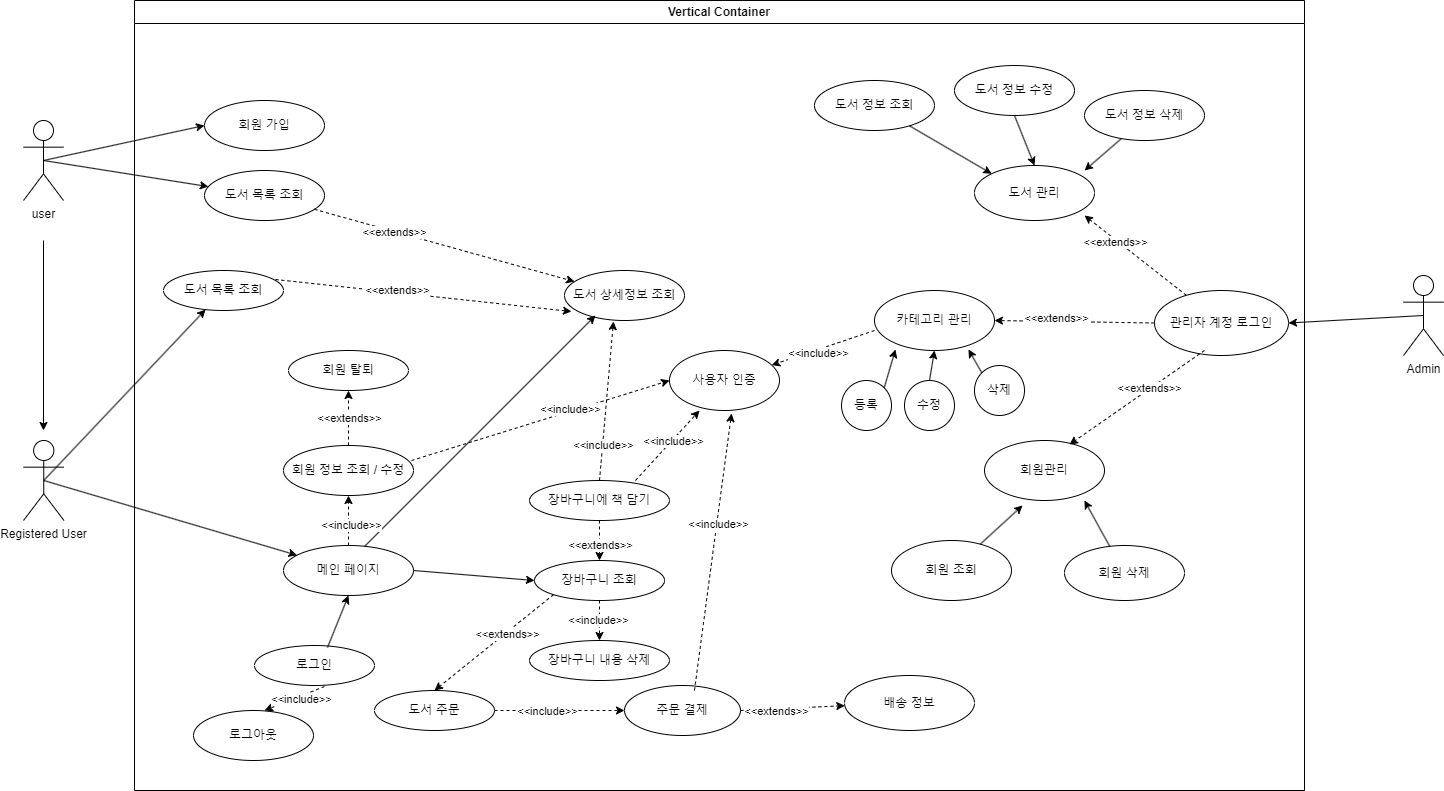
The draw.io diagram src/온라인 서점 use-case2.png in junHyeokP/BookMarket, before a commit. Source tidied: cells renumbered, new cells last; positions are measured from the earlier drawing's top-left corner, leaving out a move shared by most shapes.
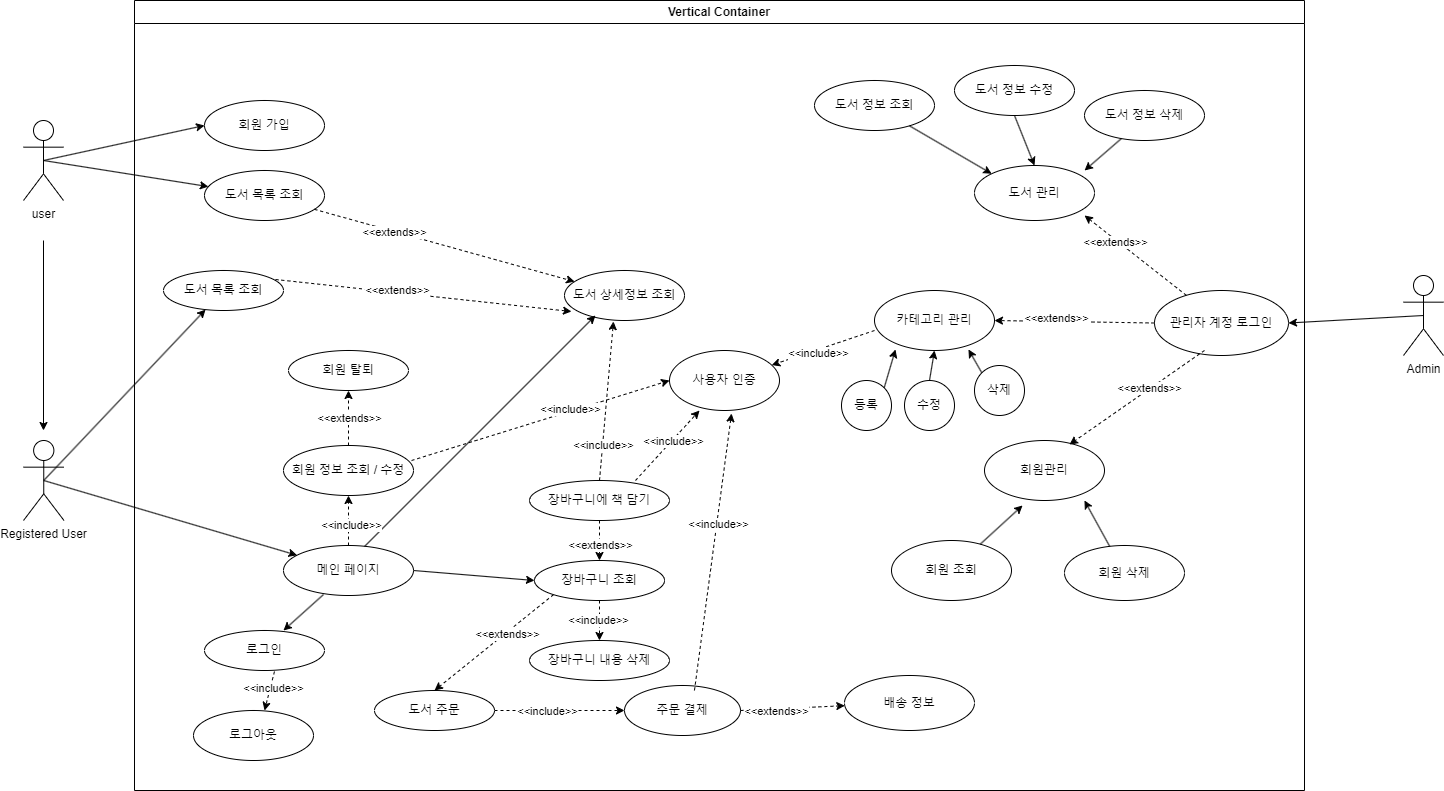
After the change.

Commit message:
온라인 서점 use-case2.png 업데이트

What changed in the source:
```diff
@@ -24,7 +24,7 @@
       <mxGeometry x="70" y="170" width="120" height="50" as="geometry" />
     </mxCell>
     <mxCell id="9" value="로그인" style="ellipse;whiteSpace=wrap;html=1;" parent="6" vertex="1">
-      <mxGeometry x="120" y="645" width="120" height="40" as="geometry" />
+      <mxGeometry x="70" y="630" width="120" height="40" as="geometry" />
     </mxCell>
     <mxCell id="10" value="도서 목록 조회" style="ellipse;whiteSpace=wrap;html=1;" parent="6" vertex="1">
       <mxGeometry x="29" y="270" width="120" height="40" as="geometry" />
@@ -122,7 +122,7 @@
     <mxCell id="41" value="&amp;lt;&amp;lt;include&amp;gt;&amp;gt;" style="edgeLabel;html=1;align=center;verticalAlign=middle;" parent="40" vertex="1">
       <mxGeometry x="-0.21" y="3" relative="1" as="geometry" />
     </mxCell>
-    <mxCell id="42" style="endArrow=classic;html=1;rounded=0;exitX=0.608;exitY=0.05;exitDx=0;exitDy=0;entryX=0.5;entryY=1;entryDx=0;entryDy=0;exitPerimeter=0;" parent="6" edge="1" source="9" target="22">
+    <mxCell id="42" style="endArrow=classic;html=1;rounded=0;exitX=0.308;exitY=0.98;exitDx=0;exitDy=0;entryX=0.658;entryY=0;entryDx=0;entryDy=0;exitPerimeter=0;entryPerimeter=0;" parent="6" edge="1" source="22" target="9">
       <mxGeometry relative="1" as="geometry" />
     </mxCell>
     <mxCell id="43" value="회원 삭제" style="ellipse;whiteSpace=wrap;html=1;" parent="6" vertex="1">
```
